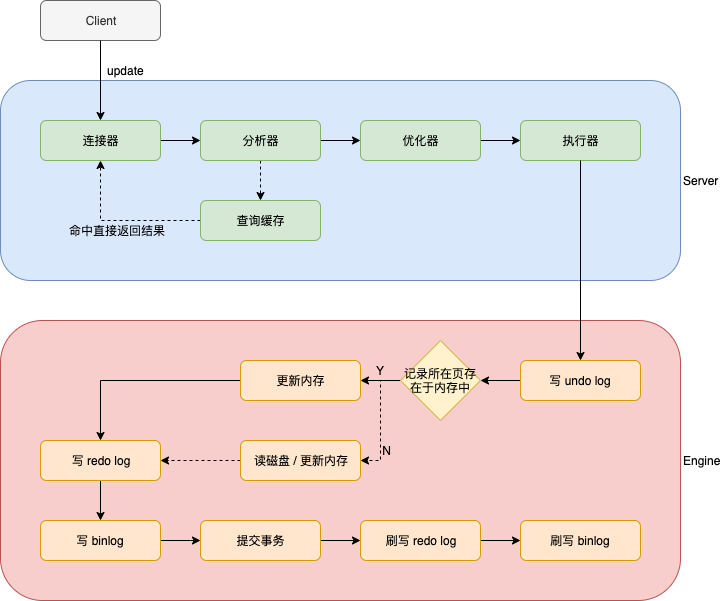
This is src/database/mysql/MySQL实践.assets/mysql_update_table_flow.png from sciatta/develop-stack, a draw.io export, as it was before one commit. Source tidied: cells renumbered, new cells last; positions are measured from the earlier drawing's top-left corner, leaving out a move shared by most shapes. Source of this version:
```xml
<mxGraphModel>
  <root>
    <mxCell id="0" />
    <mxCell id="1" parent="0" />
    <mxCell id="2" value="Client" style="rounded=1;whiteSpace=wrap;html=1;labelPosition=center;verticalLabelPosition=middle;align=center;verticalAlign=middle;fillColor=#f5f5f5;strokeColor=#666666;fontColor=#333333;" parent="1" vertex="1">
      <mxGeometry x="40" width="120" height="40" as="geometry" />
    </mxCell>
    <mxCell id="3" value="Server" style="rounded=1;whiteSpace=wrap;html=1;labelPosition=right;verticalLabelPosition=middle;align=left;verticalAlign=middle;fillColor=#dae8fc;strokeColor=#6c8ebf;" parent="1" vertex="1">
      <mxGeometry y="80" width="680" height="200" as="geometry" />
    </mxCell>
    <mxCell id="4" style="edgeStyle=orthogonalEdgeStyle;rounded=0;jettySize=auto;html=1;" parent="1" edge="1" target="6">
      <mxGeometry relative="1" as="geometry">
        <mxPoint x="100" y="40" as="sourcePoint" />
      </mxGeometry>
    </mxCell>
    <mxCell id="5" style="edgeStyle=orthogonalEdgeStyle;rounded=0;jettySize=auto;html=1;entryX=0;entryY=0.5;entryDx=0;entryDy=0;" parent="1" edge="1" source="6" target="9">
      <mxGeometry relative="1" as="geometry" />
    </mxCell>
    <mxCell id="6" value="连接器" style="rounded=1;whiteSpace=wrap;html=1;fillColor=#d5e8d4;strokeColor=#82b366;" parent="1" vertex="1">
      <mxGeometry x="40" y="120" width="120" height="40" as="geometry" />
    </mxCell>
    <mxCell id="7" style="edgeStyle=orthogonalEdgeStyle;rounded=0;jettySize=auto;html=1;entryX=0;entryY=0.5;entryDx=0;entryDy=0;" parent="1" edge="1" source="9" target="11">
      <mxGeometry relative="1" as="geometry" />
    </mxCell>
    <mxCell id="8" style="edgeStyle=orthogonalEdgeStyle;rounded=0;jettySize=auto;html=1;dashed=1;" parent="1" edge="1" source="9" target="14">
      <mxGeometry relative="1" as="geometry" />
    </mxCell>
    <mxCell id="9" value="分析器" style="rounded=1;whiteSpace=wrap;html=1;fillColor=#d5e8d4;strokeColor=#82b366;" parent="1" vertex="1">
      <mxGeometry x="200" y="120" width="120" height="40" as="geometry" />
    </mxCell>
    <mxCell id="10" style="edgeStyle=orthogonalEdgeStyle;rounded=0;jettySize=auto;html=1;" parent="1" edge="1" source="11" target="12">
      <mxGeometry relative="1" as="geometry" />
    </mxCell>
    <mxCell id="11" value="优化器" style="rounded=1;whiteSpace=wrap;html=1;fillColor=#d5e8d4;strokeColor=#82b366;" parent="1" vertex="1">
      <mxGeometry x="360" y="120" width="120" height="40" as="geometry" />
    </mxCell>
    <mxCell id="12" value="执行器" style="rounded=1;whiteSpace=wrap;html=1;fillColor=#d5e8d4;strokeColor=#82b366;" parent="1" vertex="1">
      <mxGeometry x="520" y="120" width="120" height="40" as="geometry" />
    </mxCell>
    <mxCell id="13" style="edgeStyle=orthogonalEdgeStyle;rounded=0;jettySize=auto;html=1;entryX=0.5;entryY=1;entryDx=0;entryDy=0;dashed=1;" parent="1" edge="1" source="14" target="6">
      <mxGeometry relative="1" as="geometry" />
    </mxCell>
    <mxCell id="14" value="查询缓存" style="rounded=1;whiteSpace=wrap;html=1;fillColor=#d5e8d4;strokeColor=#82b366;" parent="1" vertex="1">
      <mxGeometry x="200" y="200" width="120" height="40" as="geometry" />
    </mxCell>
    <mxCell id="15" value="命中直接返回结果" style="text;html=1;align=center;verticalAlign=middle;" parent="1" vertex="1">
      <mxGeometry x="62" y="220" width="110" height="20" as="geometry" />
    </mxCell>
    <mxCell id="16" value="Engine" style="rounded=1;whiteSpace=wrap;html=1;labelPosition=right;verticalLabelPosition=middle;align=left;verticalAlign=middle;fillColor=#f8cecc;strokeColor=#b85450;" parent="1" vertex="1">
      <mxGeometry y="320" width="680" height="280" as="geometry" />
    </mxCell>
    <mxCell id="17" style="edgeStyle=orthogonalEdgeStyle;rounded=0;jettySize=auto;html=1;" parent="1" edge="1" source="18" target="22">
      <mxGeometry relative="1" as="geometry" />
    </mxCell>
    <mxCell id="18" value="写 undo log" style="rounded=1;whiteSpace=wrap;html=1;fillColor=#ffe6cc;strokeColor=#d79b00;" parent="1" vertex="1">
      <mxGeometry x="520" y="360" width="120" height="40" as="geometry" />
    </mxCell>
    <mxCell id="19" style="edgeStyle=orthogonalEdgeStyle;rounded=0;jettySize=auto;html=1;" parent="1" edge="1" source="12" target="18">
      <mxGeometry relative="1" as="geometry" />
    </mxCell>
    <mxCell id="20" style="edgeStyle=orthogonalEdgeStyle;rounded=0;jettySize=auto;html=1;entryX=1;entryY=0.5;entryDx=0;entryDy=0;" parent="1" edge="1" source="22" target="24">
      <mxGeometry relative="1" as="geometry" />
    </mxCell>
    <mxCell id="21" style="edgeStyle=orthogonalEdgeStyle;rounded=0;jettySize=auto;html=1;entryX=1;entryY=0.5;entryDx=0;entryDy=0;dashed=1;" parent="1" edge="1" source="22" target="27">
      <mxGeometry relative="1" as="geometry" />
    </mxCell>
    <mxCell id="22" value="&lt;span style=&quot;white-space: normal&quot;&gt;记录所在页存在于内存中&lt;/span&gt;" style="rhombus;whiteSpace=wrap;html=1;fillColor=#fff2cc;strokeColor=#d6b656;" parent="1" vertex="1">
      <mxGeometry x="400" y="340" width="80" height="80" as="geometry" />
    </mxCell>
    <mxCell id="23" style="edgeStyle=orthogonalEdgeStyle;rounded=0;jettySize=auto;html=1;" parent="1" edge="1" source="24" target="30">
      <mxGeometry relative="1" as="geometry" />
    </mxCell>
    <mxCell id="24" value="更新内存" style="rounded=1;whiteSpace=wrap;html=1;fillColor=#ffe6cc;strokeColor=#d79b00;" parent="1" vertex="1">
      <mxGeometry x="240" y="360" width="120" height="40" as="geometry" />
    </mxCell>
    <mxCell id="25" value="Y" style="text;html=1;align=center;verticalAlign=middle;" parent="1" vertex="1">
      <mxGeometry x="370" y="360" width="20" height="20" as="geometry" />
    </mxCell>
    <mxCell id="26" style="edgeStyle=orthogonalEdgeStyle;rounded=0;jettySize=auto;html=1;dashed=1;" parent="1" edge="1" source="27" target="30">
      <mxGeometry relative="1" as="geometry" />
    </mxCell>
    <mxCell id="27" value="读磁盘 / 更新内存" style="rounded=1;whiteSpace=wrap;html=1;fillColor=#ffe6cc;strokeColor=#d79b00;" parent="1" vertex="1">
      <mxGeometry x="240" y="440" width="120" height="40" as="geometry" />
    </mxCell>
    <mxCell id="28" value="&amp;nbsp;N" style="text;html=1;align=center;verticalAlign=middle;" parent="1" vertex="1">
      <mxGeometry x="370" y="440" width="30" height="20" as="geometry" />
    </mxCell>
    <mxCell id="29" style="edgeStyle=orthogonalEdgeStyle;rounded=0;jettySize=auto;html=1;" parent="1" edge="1" source="30" target="32">
      <mxGeometry relative="1" as="geometry" />
    </mxCell>
    <mxCell id="30" value="写 redo log" style="rounded=1;whiteSpace=wrap;html=1;fillColor=#ffe6cc;strokeColor=#d79b00;" parent="1" vertex="1">
      <mxGeometry x="40" y="440" width="120" height="40" as="geometry" />
    </mxCell>
    <mxCell id="31" style="edgeStyle=orthogonalEdgeStyle;rounded=0;jettySize=auto;html=1;entryX=0;entryY=0.5;entryDx=0;entryDy=0;" parent="1" edge="1" source="32" target="34">
      <mxGeometry relative="1" as="geometry">
        <Array as="points">
          <mxPoint x="190" y="540" />
          <mxPoint x="190" y="540" />
        </Array>
      </mxGeometry>
    </mxCell>
    <mxCell id="32" value="写 binlog" style="rounded=1;whiteSpace=wrap;html=1;fillColor=#ffe6cc;strokeColor=#d79b00;" parent="1" vertex="1">
      <mxGeometry x="40" y="520" width="120" height="40" as="geometry" />
    </mxCell>
    <mxCell id="33" style="edgeStyle=orthogonalEdgeStyle;rounded=0;jettySize=auto;html=1;entryX=0;entryY=0.5;entryDx=0;entryDy=0;" parent="1" edge="1" source="34" target="36">
      <mxGeometry relative="1" as="geometry" />
    </mxCell>
    <mxCell id="34" value="提交事务" style="rounded=1;whiteSpace=wrap;html=1;fillColor=#ffe6cc;strokeColor=#d79b00;" parent="1" vertex="1">
      <mxGeometry x="200" y="520" width="120" height="40" as="geometry" />
    </mxCell>
    <mxCell id="35" style="edgeStyle=orthogonalEdgeStyle;rounded=0;jettySize=auto;html=1;" parent="1" edge="1" source="36" target="37">
      <mxGeometry relative="1" as="geometry" />
    </mxCell>
    <mxCell id="36" value="刷写 redo log" style="rounded=1;whiteSpace=wrap;html=1;fillColor=#ffe6cc;strokeColor=#d79b00;" parent="1" vertex="1">
      <mxGeometry x="360" y="520" width="120" height="40" as="geometry" />
    </mxCell>
    <mxCell id="37" value="刷写 binlog" style="rounded=1;whiteSpace=wrap;html=1;fillColor=#ffe6cc;strokeColor=#d79b00;" parent="1" vertex="1">
      <mxGeometry x="520" y="520" width="120" height="40" as="geometry" />
    </mxCell>
    <mxCell id="38" value="update" style="text;html=1;align=center;verticalAlign=middle;" parent="1" vertex="1">
      <mxGeometry x="100" y="60" width="50" height="20" as="geometry" />
    </mxCell>
  </root>
</mxGraphModel>
```
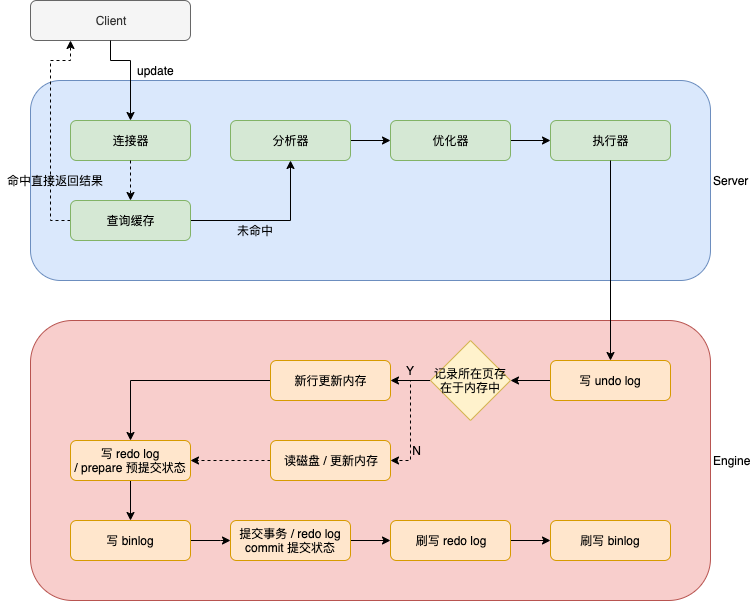
Above is the later version.

Commit message:
执行流程更新

The edit, as a diff of the source:
```diff
@@ -3,18 +3,25 @@
     <mxCell id="0" />
     <mxCell id="1" parent="0" />
     <mxCell id="2" value="Client" style="rounded=1;whiteSpace=wrap;html=1;labelPosition=center;verticalLabelPosition=middle;align=center;verticalAlign=middle;fillColor=#f5f5f5;strokeColor=#666666;fontColor=#333333;" parent="1" vertex="1">
-      <mxGeometry x="40" width="120" height="40" as="geometry" />
+      <mxGeometry width="160" height="40" as="geometry" />
     </mxCell>
     <mxCell id="3" value="Server" style="rounded=1;whiteSpace=wrap;html=1;labelPosition=right;verticalLabelPosition=middle;align=left;verticalAlign=middle;fillColor=#dae8fc;strokeColor=#6c8ebf;" parent="1" vertex="1">
       <mxGeometry y="80" width="680" height="200" as="geometry" />
     </mxCell>
-    <mxCell id="4" style="edgeStyle=orthogonalEdgeStyle;rounded=0;jettySize=auto;html=1;" parent="1" edge="1" target="6">
+    <mxCell id="4" style="edgeStyle=orthogonalEdgeStyle;rounded=0;jettySize=auto;html=1;exitX=0.5;exitY=1;exitDx=0;exitDy=0;" parent="1" edge="1" source="2" target="6">
       <mxGeometry relative="1" as="geometry">
-        <mxPoint x="100" y="40" as="sourcePoint" />
+        <Array as="points">
+          <mxPoint x="80" y="60" />
+          <mxPoint x="100" y="60" />
+        </Array>
       </mxGeometry>
     </mxCell>
-    <mxCell id="5" style="edgeStyle=orthogonalEdgeStyle;rounded=0;jettySize=auto;html=1;entryX=0;entryY=0.5;entryDx=0;entryDy=0;" parent="1" edge="1" source="6" target="9">
-      <mxGeometry relative="1" as="geometry" />
+    <mxCell id="5" style="edgeStyle=orthogonalEdgeStyle;rounded=0;jettySize=auto;html=1;exitX=1;exitY=0.5;exitDx=0;exitDy=0;" parent="1" edge="1" source="14" target="9">
+      <mxGeometry relative="1" as="geometry">
+        <Array as="points">
+          <mxPoint x="260" y="220" />
+        </Array>
+      </mxGeometry>
     </mxCell>
     <mxCell id="6" value="连接器" style="rounded=1;whiteSpace=wrap;html=1;fillColor=#d5e8d4;strokeColor=#82b366;" parent="1" vertex="1">
       <mxGeometry x="40" y="120" width="120" height="40" as="geometry" />
@@ -22,8 +29,13 @@
     <mxCell id="7" style="edgeStyle=orthogonalEdgeStyle;rounded=0;jettySize=auto;html=1;entryX=0;entryY=0.5;entryDx=0;entryDy=0;" parent="1" edge="1" source="9" target="11">
       <mxGeometry relative="1" as="geometry" />
     </mxCell>
-    <mxCell id="8" style="edgeStyle=orthogonalEdgeStyle;rounded=0;jettySize=auto;html=1;dashed=1;" parent="1" edge="1" source="9" target="14">
-      <mxGeometry relative="1" as="geometry" />
+    <mxCell id="8" style="edgeStyle=orthogonalEdgeStyle;rounded=0;jettySize=auto;html=1;dashed=1;" parent="1" edge="1" target="14">
+      <mxGeometry relative="1" as="geometry">
+        <mxPoint x="100" y="160" as="sourcePoint" />
+        <Array as="points">
+          <mxPoint x="100" y="160" />
+        </Array>
+      </mxGeometry>
     </mxCell>
     <mxCell id="9" value="分析器" style="rounded=1;whiteSpace=wrap;html=1;fillColor=#d5e8d4;strokeColor=#82b366;" parent="1" vertex="1">
       <mxGeometry x="200" y="120" width="120" height="40" as="geometry" />
@@ -37,14 +49,20 @@
     <mxCell id="12" value="执行器" style="rounded=1;whiteSpace=wrap;html=1;fillColor=#d5e8d4;strokeColor=#82b366;" parent="1" vertex="1">
       <mxGeometry x="520" y="120" width="120" height="40" as="geometry" />
     </mxCell>
-    <mxCell id="13" style="edgeStyle=orthogonalEdgeStyle;rounded=0;jettySize=auto;html=1;entryX=0.5;entryY=1;entryDx=0;entryDy=0;dashed=1;" parent="1" edge="1" source="14" target="6">
-      <mxGeometry relative="1" as="geometry" />
+    <mxCell id="13" style="edgeStyle=orthogonalEdgeStyle;rounded=0;jettySize=auto;html=1;entryX=0.25;entryY=1;entryDx=0;entryDy=0;dashed=1;" parent="1" edge="1" source="14" target="2">
+      <mxGeometry relative="1" as="geometry">
+        <Array as="points">
+          <mxPoint x="20" y="220" />
+          <mxPoint x="20" y="60" />
+          <mxPoint x="40" y="60" />
+        </Array>
+      </mxGeometry>
     </mxCell>
     <mxCell id="14" value="查询缓存" style="rounded=1;whiteSpace=wrap;html=1;fillColor=#d5e8d4;strokeColor=#82b366;" parent="1" vertex="1">
-      <mxGeometry x="200" y="200" width="120" height="40" as="geometry" />
+      <mxGeometry x="40" y="200" width="120" height="40" as="geometry" />
     </mxCell>
     <mxCell id="15" value="命中直接返回结果" style="text;html=1;align=center;verticalAlign=middle;" parent="1" vertex="1">
-      <mxGeometry x="62" y="220" width="110" height="20" as="geometry" />
+      <mxGeometry x="-30" y="170" width="110" height="20" as="geometry" />
     </mxCell>
     <mxCell id="16" value="Engine" style="rounded=1;whiteSpace=wrap;html=1;labelPosition=right;verticalLabelPosition=middle;align=left;verticalAlign=middle;fillColor=#f8cecc;strokeColor=#b85450;" parent="1" vertex="1">
       <mxGeometry y="320" width="680" height="280" as="geometry" />
@@ -70,7 +88,7 @@
     <mxCell id="23" style="edgeStyle=orthogonalEdgeStyle;rounded=0;jettySize=auto;html=1;" parent="1" edge="1" source="24" target="30">
       <mxGeometry relative="1" as="geometry" />
     </mxCell>
-    <mxCell id="24" value="更新内存" style="rounded=1;whiteSpace=wrap;html=1;fillColor=#ffe6cc;strokeColor=#d79b00;" parent="1" vertex="1">
+    <mxCell id="24" value="新行更新内存" style="rounded=1;whiteSpace=wrap;html=1;fillColor=#ffe6cc;strokeColor=#d79b00;" parent="1" vertex="1">
       <mxGeometry x="240" y="360" width="120" height="40" as="geometry" />
     </mxCell>
     <mxCell id="25" value="Y" style="text;html=1;align=center;verticalAlign=middle;" parent="1" vertex="1">
@@ -88,7 +106,7 @@
     <mxCell id="29" style="edgeStyle=orthogonalEdgeStyle;rounded=0;jettySize=auto;html=1;" parent="1" edge="1" source="30" target="32">
       <mxGeometry relative="1" as="geometry" />
     </mxCell>
-    <mxCell id="30" value="写 redo log" style="rounded=1;whiteSpace=wrap;html=1;fillColor=#ffe6cc;strokeColor=#d79b00;" parent="1" vertex="1">
+    <mxCell id="30" value="写 redo log /&amp;nbsp;&lt;span style=&quot;white-space: nowrap&quot;&gt;prepare 预提交状态&lt;/span&gt;" style="rounded=1;whiteSpace=wrap;html=1;fillColor=#ffe6cc;strokeColor=#d79b00;" parent="1" vertex="1">
       <mxGeometry x="40" y="440" width="120" height="40" as="geometry" />
     </mxCell>
     <mxCell id="31" style="edgeStyle=orthogonalEdgeStyle;rounded=0;jettySize=auto;html=1;entryX=0;entryY=0.5;entryDx=0;entryDy=0;" parent="1" edge="1" source="32" target="34">
@@ -105,7 +123,7 @@
     <mxCell id="33" style="edgeStyle=orthogonalEdgeStyle;rounded=0;jettySize=auto;html=1;entryX=0;entryY=0.5;entryDx=0;entryDy=0;" parent="1" edge="1" source="34" target="36">
       <mxGeometry relative="1" as="geometry" />
     </mxCell>
-    <mxCell id="34" value="提交事务" style="rounded=1;whiteSpace=wrap;html=1;fillColor=#ffe6cc;strokeColor=#d79b00;" parent="1" vertex="1">
+    <mxCell id="34" value="提交事务 / redo log commit 提交状态" style="rounded=1;whiteSpace=wrap;html=1;fillColor=#ffe6cc;strokeColor=#d79b00;" parent="1" vertex="1">
       <mxGeometry x="200" y="520" width="120" height="40" as="geometry" />
     </mxCell>
     <mxCell id="35" style="edgeStyle=orthogonalEdgeStyle;rounded=0;jettySize=auto;html=1;" parent="1" edge="1" source="36" target="37">
@@ -120,5 +138,8 @@
     <mxCell id="38" value="update" style="text;html=1;align=center;verticalAlign=middle;" parent="1" vertex="1">
       <mxGeometry x="100" y="60" width="50" height="20" as="geometry" />
     </mxCell>
+    <mxCell id="39" value="未命中" style="text;html=1;align=center;verticalAlign=middle;" parent="1" vertex="1">
+      <mxGeometry x="200" y="220" width="50" height="20" as="geometry" />
+    </mxCell>
   </root>
 </mxGraphModel>
```
